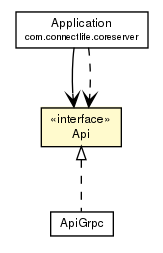
Above: javadoc/coreserver/com/connectlife/coreserver/apiserver/Api.png in ericpinet/ConnectLife (Graphviz), before the change. Its source is kept beside it as javadoc/coreserver/com/connectlife/coreserver/apiserver/Api.dot.
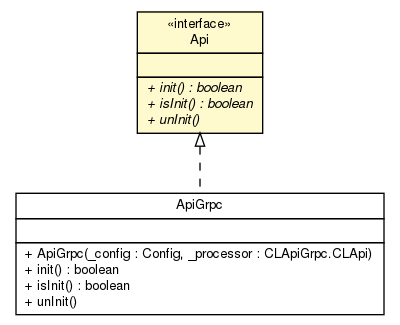
Later version of the same file.

The edit, as a diff of the source:
```diff
@@ -4,24 +4,33 @@
 	node [fontname="Helvetica",fontsize=10,shape=plaintext];
 	nodesep=0.25;
 	ranksep=0.5;
-	c1126 [label=<<table title="com.connectlife.coreserver.Application" border="0" cellborder="1" cellspacing="0" cellpadding="2" port="p" href="../Application.html">
-		<tr><td><table border="0" cellspacing="0" cellpadding="1">
-<tr><td align="center" balign="center"> Application </td></tr>
-<tr><td align="center" balign="center"><font point-size="7.0"> com.connectlife.coreserver </font></td></tr>
-		</table></td></tr>
-		</table>>, fontname="Helvetica", fontcolor="black", fontsize=9.0];
-	c1129 [label=<<table title="com.connectlife.coreserver.apiserver.ApiGrpc" border="0" cellborder="1" cellspacing="0" cellpadding="2" port="p" href="./ApiGrpc.html">
+	c1010 [label=<<table title="com.connectlife.coreserver.apiserver.ApiGrpc" border="0" cellborder="1" cellspacing="0" cellpadding="2" port="p" href="./ApiGrpc.html">
 		<tr><td><table border="0" cellspacing="0" cellpadding="1">
 <tr><td align="center" balign="center"> ApiGrpc </td></tr>
 		</table></td></tr>
-		</table>>, fontname="Helvetica", fontcolor="black", fontsize=9.0];
-	c1130 [label=<<table title="com.connectlife.coreserver.apiserver.Api" border="0" cellborder="1" cellspacing="0" cellpadding="2" port="p" bgcolor="lemonChiffon" href="./Api.html">
+		<tr><td><table border="0" cellspacing="0" cellpadding="1">
+<tr><td align="left" balign="left">  </td></tr>
+		</table></td></tr>
+		<tr><td><table border="0" cellspacing="0" cellpadding="1">
+<tr><td align="left" balign="left"> + ApiGrpc(_config : Config, _processor : CLApiGrpc.CLApi) </td></tr>
+<tr><td align="left" balign="left"> + init() : boolean </td></tr>
+<tr><td align="left" balign="left"> + isInit() : boolean </td></tr>
+<tr><td align="left" balign="left"> + unInit() </td></tr>
+		</table></td></tr>
+		</table>>, fontname="Helvetica", fontcolor="black", fontsize=10.0];
+	c1011 [label=<<table title="com.connectlife.coreserver.apiserver.Api" border="0" cellborder="1" cellspacing="0" cellpadding="2" port="p" bgcolor="lemonChiffon" href="./Api.html">
 		<tr><td><table border="0" cellspacing="0" cellpadding="1">
 <tr><td align="center" balign="center"> &#171;interface&#187; </td></tr>
 <tr><td align="center" balign="center"> Api </td></tr>
 		</table></td></tr>
-		</table>>, fontname="Helvetica", fontcolor="black", fontsize=9.0];
-	c1130:p -> c1129:p [dir=back,arrowtail=empty,style=dashed];
-	c1126:p -> c1130:p [taillabel="", label="", headlabel="", fontname="Helvetica", fontcolor="black", fontsize=10.0, color="black", arrowhead=open];
-	c1126:p -> c1130:p [taillabel="", label="", headlabel="", fontname="Helvetica", fontcolor="black", fontsize=10.0, color="black", arrowhead=open, style=dashed];
+		<tr><td><table border="0" cellspacing="0" cellpadding="1">
+<tr><td align="left" balign="left">  </td></tr>
+		</table></td></tr>
+		<tr><td><table border="0" cellspacing="0" cellpadding="1">
+<tr><td align="left" balign="left"><font face="Helvetica-Oblique" point-size="10.0"> + init() : boolean </font></td></tr>
+<tr><td align="left" balign="left"><font face="Helvetica-Oblique" point-size="10.0"> + isInit() : boolean </font></td></tr>
+<tr><td align="left" balign="left"><font face="Helvetica-Oblique" point-size="10.0"> + unInit() </font></td></tr>
+		</table></td></tr>
+		</table>>, fontname="Helvetica", fontcolor="black", fontsize=10.0];
+	c1011:p -> c1010:p [dir=back,arrowtail=empty,style=dashed];
 }
```
